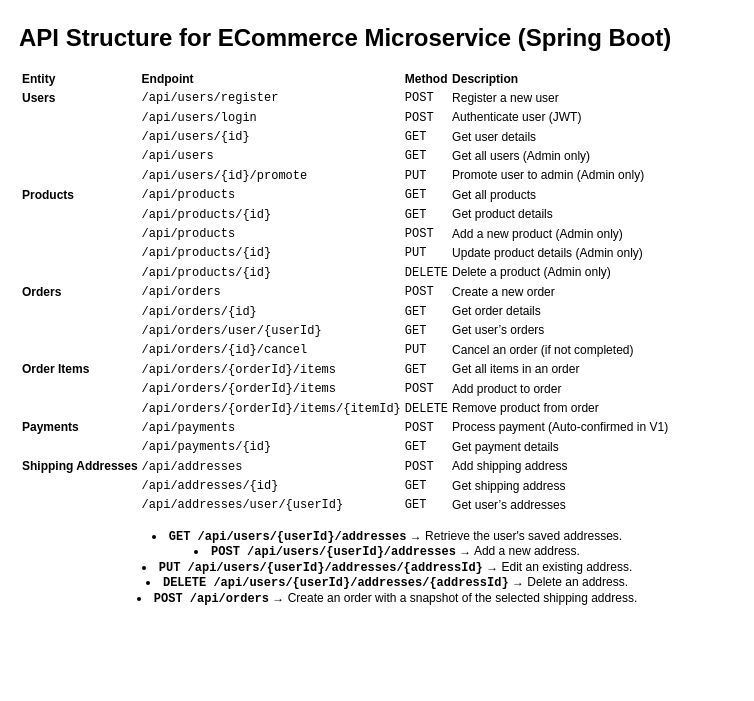
Earlier version of the draw.io diagram page "API_Structure_ECommerce_Service" (4 of 4) of e-commerce_system.drawio (Cloud9Clone/ecommerce-platform). Source tidied: cells renumbered, new cells numbered last; positions are measured from the earlier drawing's top-left corner, leaving out a move shared by most shapes. Both pictures are drawn from the tidied source at 100%, with x=0, y=0 at pixel (17, 17).
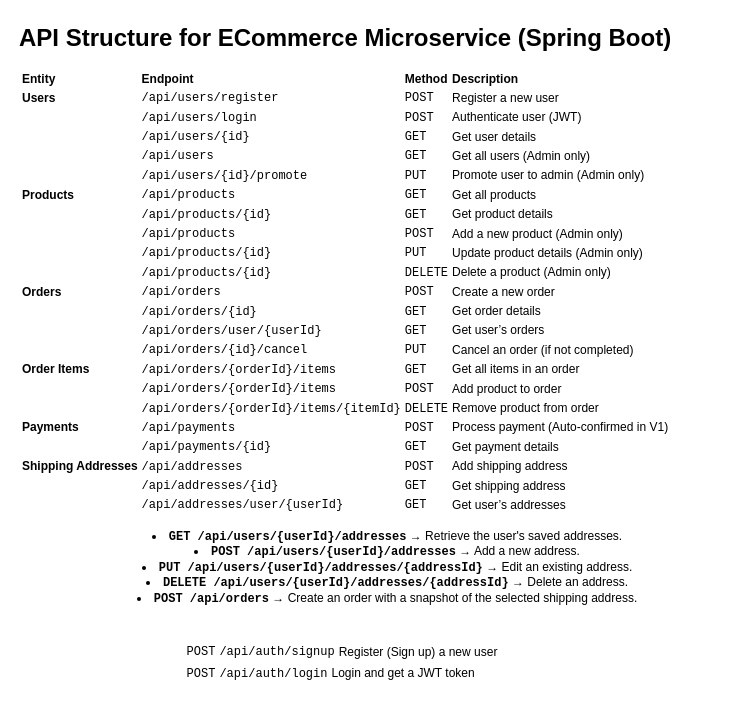
The same page after the edit.

The edit, as a diff of the source:
```diff
@@
 <mxGraphModel>
   <root>
     <mxCell id="0" />
     <mxCell id="1" parent="0" />
     <mxCell id="2" value="&lt;h1 style=&quot;margin-top: 0px;&quot;&gt;API Structure for ECommerce Microservice (Spring Boot)&lt;/h1&gt;&lt;table&gt;&lt;thead&gt;&lt;tr&gt;&lt;th&gt;&lt;strong&gt;Entity&lt;/strong&gt;&lt;/th&gt;&lt;th&gt;&lt;strong&gt;Endpoint&lt;/strong&gt;&lt;/th&gt;&lt;th&gt;&lt;strong&gt;Method&lt;/strong&gt;&lt;/th&gt;&lt;th&gt;&lt;strong&gt;Description&lt;/strong&gt;&lt;/th&gt;&lt;/tr&gt;&lt;/thead&gt;&lt;tbody&gt;&lt;tr&gt;&lt;td&gt;&lt;strong&gt;Users&lt;/strong&gt;&lt;/td&gt;&lt;td&gt;&lt;code&gt;/api/users/register&lt;/code&gt;&lt;/td&gt;&lt;td&gt;&lt;code&gt;POST&lt;/code&gt;&lt;/td&gt;&lt;td&gt;Register a new user&lt;/td&gt;&lt;/tr&gt;&lt;tr&gt;&lt;td&gt;&lt;/td&gt;&lt;td&gt;&lt;code&gt;/api/users/login&lt;/code&gt;&lt;/td&gt;&lt;td&gt;&lt;code&gt;POST&lt;/code&gt;&lt;/td&gt;&lt;td&gt;Authenticate user (JWT)&lt;/td&gt;&lt;/tr&gt;&lt;tr&gt;&lt;td&gt;&lt;/td&gt;&lt;td&gt;&lt;code&gt;/api/users/{id}&lt;/code&gt;&lt;/td&gt;&lt;td&gt;&lt;code&gt;GET&lt;/code&gt;&lt;/td&gt;&lt;td&gt;Get user details&lt;/td&gt;&lt;/tr&gt;&lt;tr&gt;&lt;td&gt;&lt;/td&gt;&lt;td&gt;&lt;code&gt;/api/users&lt;/code&gt;&lt;/td&gt;&lt;td&gt;&lt;code&gt;GET&lt;/code&gt;&lt;/td&gt;&lt;td&gt;Get all users (Admin only)&lt;/td&gt;&lt;/tr&gt;&lt;tr&gt;&lt;td&gt;&lt;/td&gt;&lt;td&gt;&lt;code&gt;/api/users/{id}/promote&lt;/code&gt;&lt;/td&gt;&lt;td&gt;&lt;code&gt;PUT&lt;/code&gt;&lt;/td&gt;&lt;td&gt;Promote user to admin (Admin only)&lt;/td&gt;&lt;/tr&gt;&lt;tr&gt;&lt;td&gt;&lt;strong&gt;Products&lt;/strong&gt;&lt;/td&gt;&lt;td&gt;&lt;code&gt;/api/products&lt;/code&gt;&lt;/td&gt;&lt;td&gt;&lt;code&gt;GET&lt;/code&gt;&lt;/td&gt;&lt;td&gt;Get all products&lt;/td&gt;&lt;/tr&gt;&lt;tr&gt;&lt;td&gt;&lt;/td&gt;&lt;td&gt;&lt;code&gt;/api/products/{id}&lt;/code&gt;&lt;/td&gt;&lt;td&gt;&lt;code&gt;GET&lt;/code&gt;&lt;/td&gt;&lt;td&gt;Get product details&lt;/td&gt;&lt;/tr&gt;&lt;tr&gt;&lt;td&gt;&lt;/td&gt;&lt;td&gt;&lt;code&gt;/api/products&lt;/code&gt;&lt;/td&gt;&lt;td&gt;&lt;code&gt;POST&lt;/code&gt;&lt;/td&gt;&lt;td&gt;Add a new product (Admin only)&lt;/td&gt;&lt;/tr&gt;&lt;tr&gt;&lt;td&gt;&lt;/td&gt;&lt;td&gt;&lt;code&gt;/api/products/{id}&lt;/code&gt;&lt;/td&gt;&lt;td&gt;&lt;code&gt;PUT&lt;/code&gt;&lt;/td&gt;&lt;td&gt;Update product details (Admin only)&lt;/td&gt;&lt;/tr&gt;&lt;tr&gt;&lt;td&gt;&lt;/td&gt;&lt;td&gt;&lt;code&gt;/api/products/{id}&lt;/code&gt;&lt;/td&gt;&lt;td&gt;&lt;code&gt;DELETE&lt;/code&gt;&lt;/td&gt;&lt;td&gt;Delete a product (Admin only)&lt;/td&gt;&lt;/tr&gt;&lt;tr&gt;&lt;td&gt;&lt;strong&gt;Orders&lt;/strong&gt;&lt;/td&gt;&lt;td&gt;&lt;code&gt;/api/orders&lt;/code&gt;&lt;/td&gt;&lt;td&gt;&lt;code&gt;POST&lt;/code&gt;&lt;/td&gt;&lt;td&gt;Create a new order&lt;/td&gt;&lt;/tr&gt;&lt;tr&gt;&lt;td&gt;&lt;/td&gt;&lt;td&gt;&lt;code&gt;/api/orders/{id}&lt;/code&gt;&lt;/td&gt;&lt;td&gt;&lt;code&gt;GET&lt;/code&gt;&lt;/td&gt;&lt;td&gt;Get order details&lt;/td&gt;&lt;/tr&gt;&lt;tr&gt;&lt;td&gt;&lt;/td&gt;&lt;td&gt;&lt;code&gt;/api/orders/user/{userId}&lt;/code&gt;&lt;/td&gt;&lt;td&gt;&lt;code&gt;GET&lt;/code&gt;&lt;/td&gt;&lt;td&gt;Get user’s orders&lt;/td&gt;&lt;/tr&gt;&lt;tr&gt;&lt;td&gt;&lt;/td&gt;&lt;td&gt;&lt;code&gt;/api/orders/{id}/cancel&lt;/code&gt;&lt;/td&gt;&lt;td&gt;&lt;code&gt;PUT&lt;/code&gt;&lt;/td&gt;&lt;td&gt;Cancel an order (if not completed)&lt;/td&gt;&lt;/tr&gt;&lt;tr&gt;&lt;td&gt;&lt;strong&gt;Order Items&lt;/strong&gt;&lt;/td&gt;&lt;td&gt;&lt;code&gt;/api/orders/{orderId}/items&lt;/code&gt;&lt;/td&gt;&lt;td&gt;&lt;code&gt;GET&lt;/code&gt;&lt;/td&gt;&lt;td&gt;Get all items in an order&lt;/td&gt;&lt;/tr&gt;&lt;tr&gt;&lt;td&gt;&lt;/td&gt;&lt;td&gt;&lt;code&gt;/api/orders/{orderId}/items&lt;/code&gt;&lt;/td&gt;&lt;td&gt;&lt;code&gt;POST&lt;/code&gt;&lt;/td&gt;&lt;td&gt;Add product to order&lt;/td&gt;&lt;/tr&gt;&lt;tr&gt;&lt;td&gt;&lt;/td&gt;&lt;td&gt;&lt;code&gt;/api/orders/{orderId}/items/{itemId}&lt;/code&gt;&lt;/td&gt;&lt;td&gt;&lt;code&gt;DELETE&lt;/code&gt;&lt;/td&gt;&lt;td&gt;Remove product from order&lt;/td&gt;&lt;/tr&gt;&lt;tr&gt;&lt;td&gt;&lt;strong&gt;Payments&lt;/strong&gt;&lt;/td&gt;&lt;td&gt;&lt;code&gt;/api/payments&lt;/code&gt;&lt;/td&gt;&lt;td&gt;&lt;code&gt;POST&lt;/code&gt;&lt;/td&gt;&lt;td&gt;Process payment (Auto-confirmed in V1)&lt;/td&gt;&lt;/tr&gt;&lt;tr&gt;&lt;td&gt;&lt;/td&gt;&lt;td&gt;&lt;code&gt;/api/payments/{id}&lt;/code&gt;&lt;/td&gt;&lt;td&gt;&lt;code&gt;GET&lt;/code&gt;&lt;/td&gt;&lt;td&gt;Get payment details&lt;/td&gt;&lt;/tr&gt;&lt;tr&gt;&lt;td&gt;&lt;strong&gt;Shipping Addresses&lt;/strong&gt;&lt;/td&gt;&lt;td&gt;&lt;code&gt;/api/addresses&lt;/code&gt;&lt;/td&gt;&lt;td&gt;&lt;code&gt;POST&lt;/code&gt;&lt;/td&gt;&lt;td&gt;Add shipping address&lt;/td&gt;&lt;/tr&gt;&lt;tr&gt;&lt;td&gt;&lt;/td&gt;&lt;td&gt;&lt;code&gt;/api/addresses/{id}&lt;/code&gt;&lt;/td&gt;&lt;td&gt;&lt;code&gt;GET&lt;/code&gt;&lt;/td&gt;&lt;td&gt;Get shipping address&lt;/td&gt;&lt;/tr&gt;&lt;tr&gt;&lt;td&gt;&lt;/td&gt;&lt;td&gt;&lt;code&gt;/api/addresses/user/{userId}&lt;/code&gt;&lt;/td&gt;&lt;td&gt;&lt;code&gt;GET&lt;/code&gt;&lt;/td&gt;&lt;td&gt;Get user’s addresses&lt;/td&gt;&lt;/tr&gt;&lt;/tbody&gt;&lt;/table&gt;" style="text;html=1;whiteSpace=wrap;overflow=hidden;rounded=0;" parent="1" vertex="1">
       <mxGeometry width="690" height="500" as="geometry" />
     </mxCell>
     <mxCell id="3" value="&lt;li&gt;&lt;strong&gt;&lt;code&gt;GET /api/users/{userId}/addresses&lt;/code&gt;&lt;/strong&gt; → Retrieve the user's saved addresses.&lt;/li&gt;&lt;li&gt;&lt;strong&gt;&lt;code&gt;POST /api/users/{userId}/addresses&lt;/code&gt;&lt;/strong&gt; → Add a new address.&lt;/li&gt;&lt;li&gt;&lt;strong&gt;&lt;code&gt;PUT /api/users/{userId}/addresses/{addressId}&lt;/code&gt;&lt;/strong&gt; → Edit an existing address.&lt;/li&gt;&lt;li&gt;&lt;strong&gt;&lt;code&gt;DELETE /api/users/{userId}/addresses/{addressId}&lt;/code&gt;&lt;/strong&gt; → Delete an address.&lt;/li&gt;&lt;li&gt;&lt;strong&gt;&lt;code&gt;POST /api/orders&lt;/code&gt;&lt;/strong&gt; → Create an order with a snapshot of the selected shipping address.&lt;/li&gt;" style="text;html=1;align=center;verticalAlign=middle;whiteSpace=wrap;rounded=0;" parent="1" vertex="1">
       <mxGeometry x="20" y="510" width="700" height="80" as="geometry" />
     </mxCell>
+    <mxCell id="4" value="&lt;table&gt;&lt;tbody&gt;&lt;tr&gt;&lt;td&gt;&lt;code&gt;POST&lt;/code&gt;&lt;/td&gt;&lt;td&gt;&lt;code&gt;/api/auth/signup&lt;/code&gt;&lt;/td&gt;&lt;td&gt;Register (Sign up) a new user&lt;/td&gt;&lt;/tr&gt;&lt;/tbody&gt;&lt;/table&gt;&lt;table&gt;&lt;tbody&gt;&lt;tr&gt;&lt;td&gt;&lt;code&gt;POST&lt;/code&gt;&lt;/td&gt;&lt;td&gt;&lt;code&gt;/api/auth/login&lt;/code&gt;&lt;/td&gt;&lt;td&gt;Login and get a JWT token&lt;/td&gt;&lt;/tr&gt;&lt;/tbody&gt;&lt;/table&gt;" style="text;html=1;align=center;verticalAlign=middle;whiteSpace=wrap;rounded=0;" parent="1" vertex="1">
+      <mxGeometry x="10" y="630" width="630" height="30" as="geometry" />
+    </mxCell>
   </root>
 </mxGraphModel>
```
